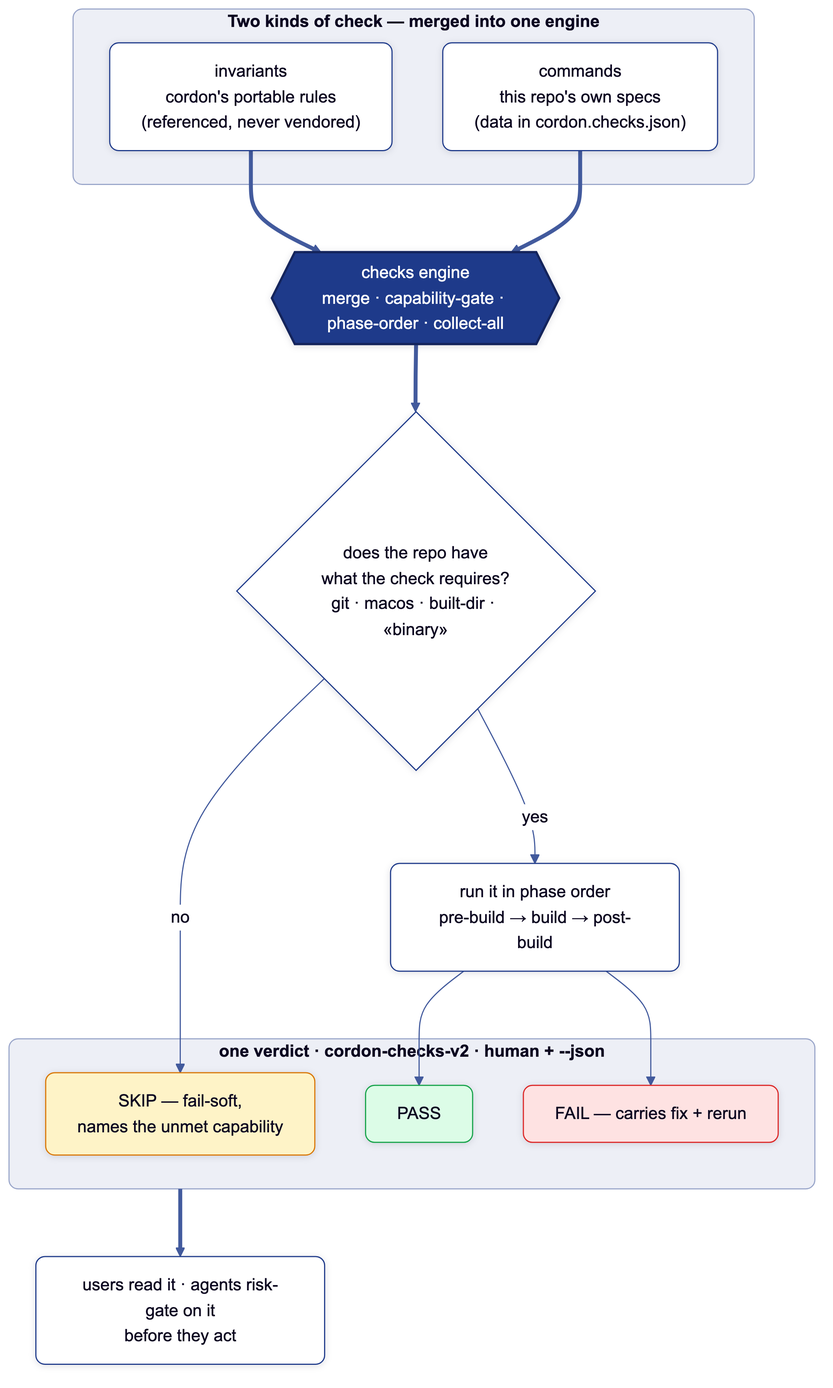
Before: docs/diagrams/checks-engine.png, a diagram exported from Mermaid (joeseverino/cordon). Its source is kept beside it as docs/diagrams/checks-engine.mmd. Its diagram source:
```mermaid
%%{init: {'flowchart': {'rankSpacing': 60, 'nodeSpacing': 45}}}%%
flowchart TB
    subgraph sources["Two kinds of check — merged into one engine"]
        direction LR
        inv["invariants<br/>cordon's portable rules<br/>(referenced, never vendored)"]
        cmd["commands<br/>this repo's own specs<br/>(data in cordon.checks.json)"]
    end

    engine{{"checks engine<br/>merge · capability-gate · phase-order · collect-all"}}
    inv ==> engine
    cmd ==> engine

    gate{"does the repo have<br/>what the check requires?<br/>git · macos · built-dir · «binary»"}
    engine ==> gate

    gate -->|"yes"| run["run it in phase order<br/>pre-build → build → post-build"]
    gate -->|"no"| skip["SKIP — fail-soft,<br/>names the unmet capability"]
    run --> pass["PASS"]
    run --> fail["FAIL — carries fix + rerun"]

    subgraph verdict["one verdict · cordon-checks-v2 · human + --json"]
        direction LR
        pass
        fail
        skip
    end

    verdict ==> who["users read it · agents risk-gate on it<br/>before they act"]

    classDef anchor stroke-width:2px;
    class engine anchor;

    classDef pass fill:#DCFCE7,stroke:#16A34A,color:#0b0620;
    classDef fail fill:#FEE2E2,stroke:#DC2626,color:#0b0620;
    classDef skipc fill:#FEF3C7,stroke:#D97706,color:#0b0620;
    class pass pass;
    class fail fail;
    class skip skipc;
```
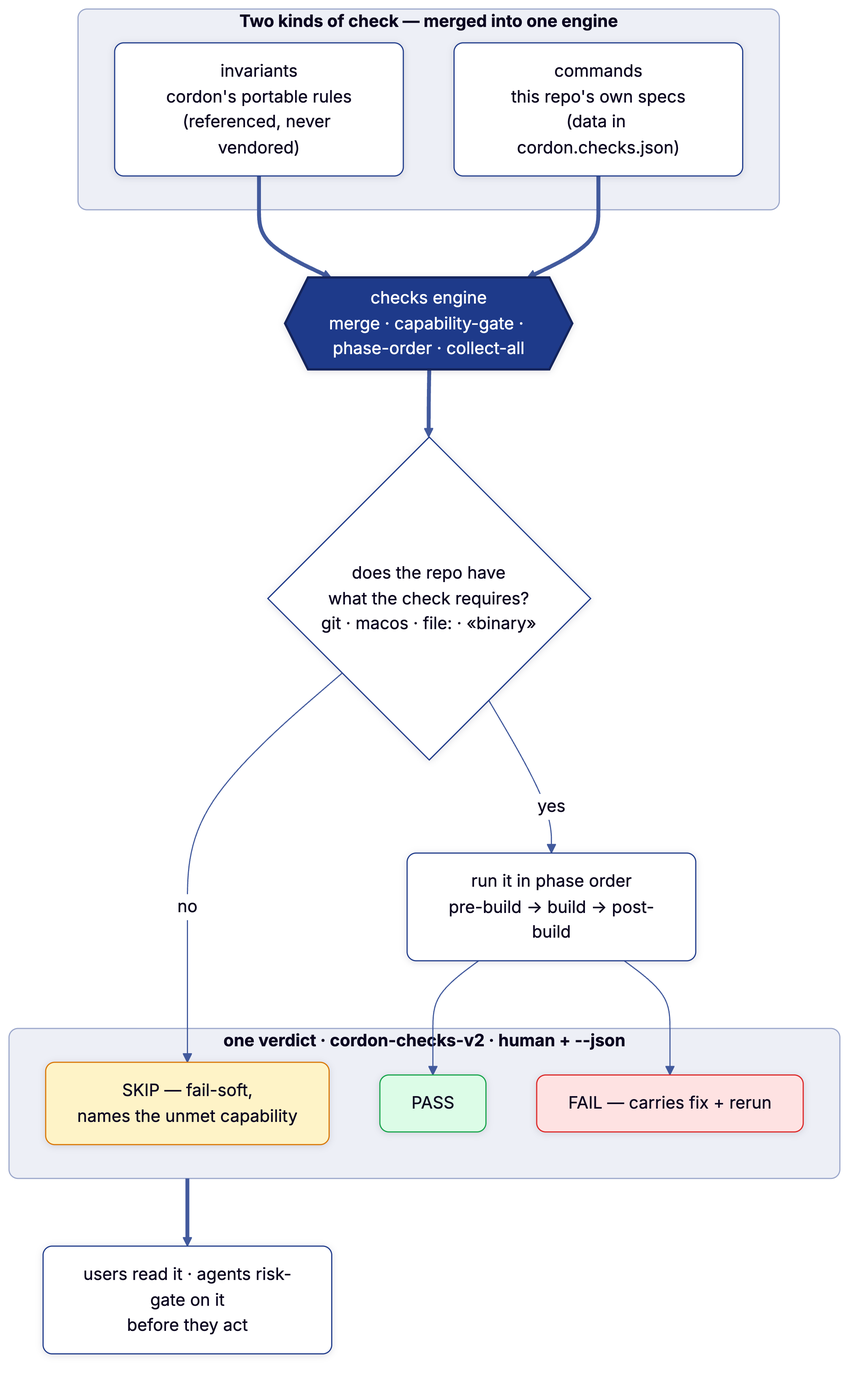
The same file after the commit.

What changed in the source:
```diff
@@ -10,7 +10,7 @@
     inv ==> engine
     cmd ==> engine
 
-    gate{"does the repo have<br/>what the check requires?<br/>git · macos · built-dir · «binary»"}
+    gate{"does the repo have<br/>what the check requires?<br/>git · macos · file: · «binary»"}
     engine ==> gate
 
     gate -->|"yes"| run["run it in phase order<br/>pre-build → build → post-build"]
```
